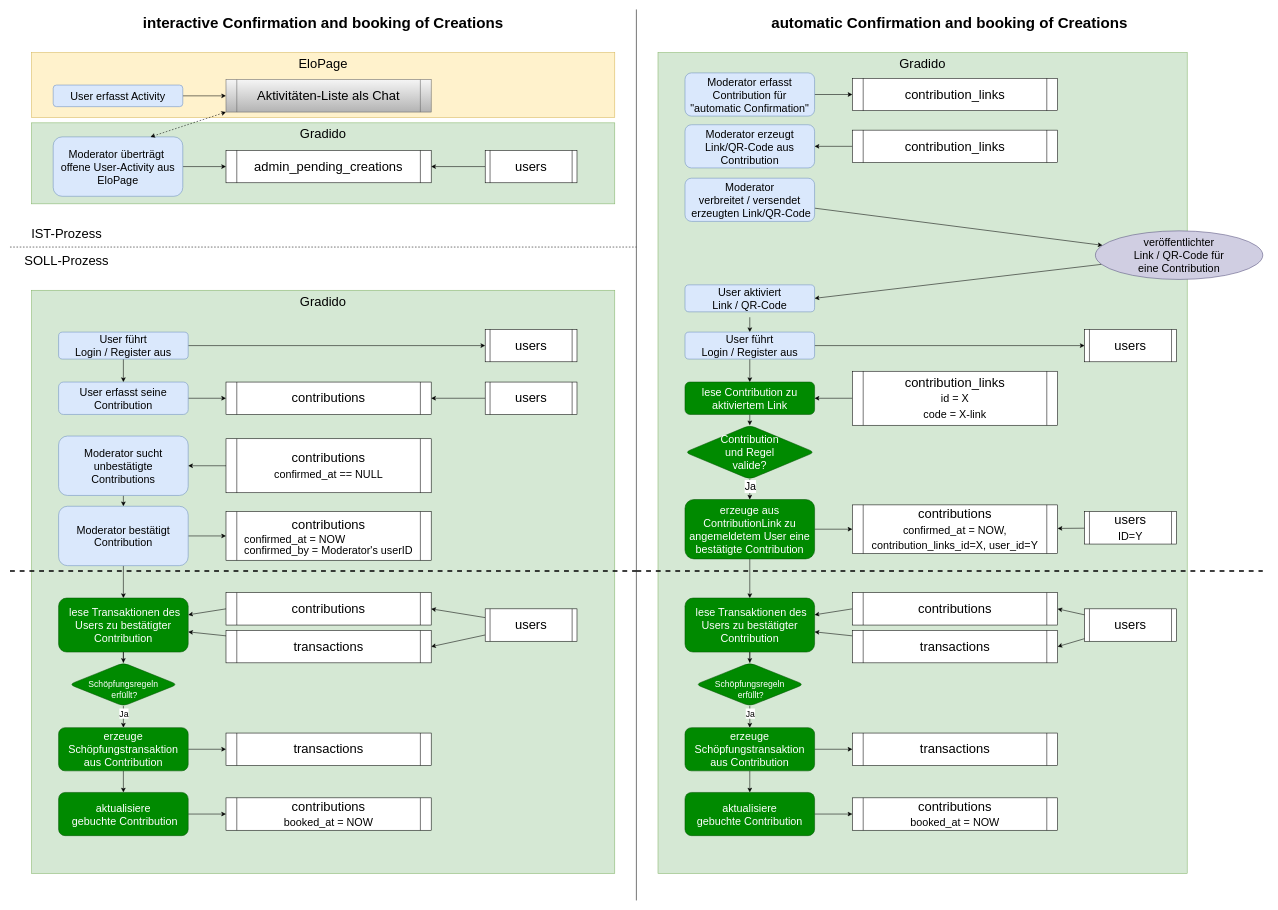
gradido/gradido keeps this draw.io diagram as docu/Concepts/BusinessRequirements/graphics/Ablauf_manuelle_auto_Creations.drawio. Above is the earlier version. Source tidied: cells renumbered, new cells numbered last; positions are measured from the earlier drawing's top-left corner, leaving out a move shared by most shapes. Both pictures are drawn from the tidied source at 54%, with x=0, y=0 at pixel (10, 9).
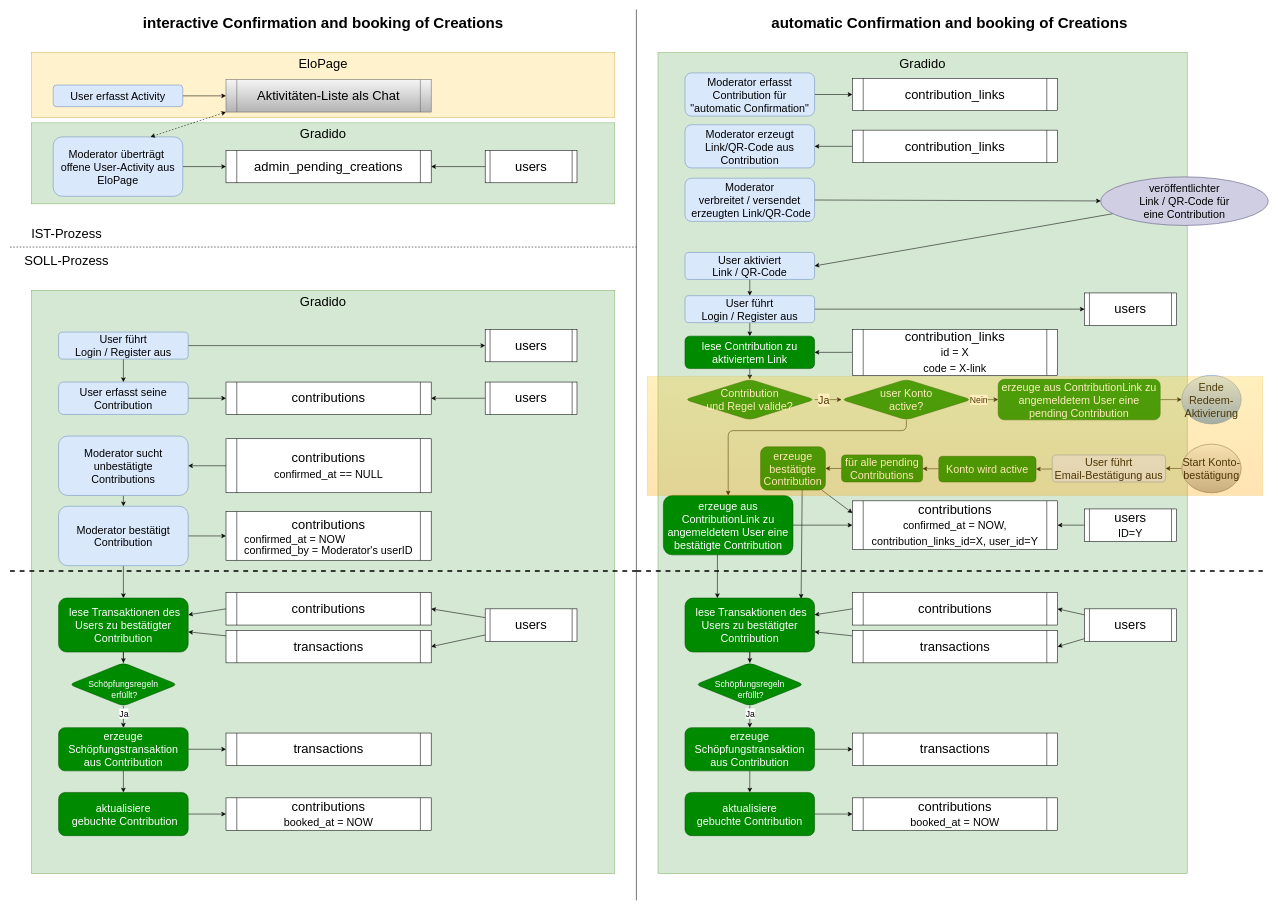
The same page after the edit.

The change refers to these unchanged cells:
```xml
<mxCell id="69" value="&amp;nbsp;lese Transaktionen des Users zu bestätigter&lt;br&gt;Contribution" style="rounded=1;whiteSpace=wrap;html=1;fontSize=20;fillColor=#008a00;strokeColor=#005700;fontColor=#ffffff;" parent="1" vertex="1">
  <mxGeometry x="1250" y="1090" width="240" height="100" as="geometry" />
</mxCell>
```

What changed in the source:
```diff
@@
     <mxCell id="56" value="contribution_links&lt;br style=&quot;font-size: 24px&quot;&gt;&lt;span style=&quot;font-size: 20px&quot;&gt;id = X&lt;br&gt;code = X-link&lt;br&gt;&lt;/span&gt;" style="shape=process;whiteSpace=wrap;html=1;backgroundOutline=1;fontSize=24;size=0.05263157894736842;" parent="1" vertex="1">
-      <mxGeometry x="1560" y="670" width="380" height="100" as="geometry" />
+      <mxGeometry x="1560" y="592.5" width="380" height="85" as="geometry" />
     </mxCell>
@@
     <mxCell id="58" value="users&lt;br style=&quot;font-size: 24px&quot;&gt;&lt;font style=&quot;font-size: 20px&quot;&gt;ID=Y&lt;/font&gt;" style="shape=process;whiteSpace=wrap;html=1;backgroundOutline=1;fontSize=24;size=0.05263157894736842;" parent="1" vertex="1">
-      <mxGeometry x="1990" y="930" width="170" height="60" as="geometry" />
+      <mxGeometry x="1990" y="925" width="170" height="60" as="geometry" />
     </mxCell>
@@
     <mxCell id="60" value="lese Contribution zu aktiviertem Link" style="rounded=1;whiteSpace=wrap;html=1;fontSize=20;fillColor=#008a00;strokeColor=#005700;fontColor=#ffffff;" parent="1" vertex="1">
-      <mxGeometry x="1250" y="690" width="240" height="60" as="geometry" />
+      <mxGeometry x="1250" y="605" width="240" height="60" as="geometry" />
     </mxCell>
@@
-    <mxCell id="62" style="edgeStyle=none;html=1;fontSize=16;" parent="1" edge="1" source="63" target="69">
+    <mxCell id="62" style="edgeStyle=none;html=1;fontSize=16;entryX=0.25;entryY=0;entryDx=0;entryDy=0;exitX=0.417;exitY=0.991;exitDx=0;exitDy=0;exitPerimeter=0;" parent="1" edge="1" source="63" target="69">
       <mxGeometry relative="1" as="geometry" />
     </mxCell>
     <mxCell id="63" value="erzeuge aus ContributionLink zu angemeldetem User eine bestätigte Contribution" style="rounded=1;whiteSpace=wrap;html=1;fontSize=20;fillColor=#008a00;strokeColor=#005700;fontColor=#ffffff;" parent="1" vertex="1">
-      <mxGeometry x="1250" y="907.5" width="240" height="110" as="geometry" />
+      <mxGeometry x="1210" y="900" width="240" height="110" as="geometry" />
     </mxCell>
     <mxCell id="64" value="contributions&lt;br style=&quot;font-size: 24px&quot;&gt;&lt;font style=&quot;font-size: 20px&quot;&gt;confirmed_at = NOW, contribution_links_id=X, user_id=Y&lt;/font&gt;" style="shape=process;whiteSpace=wrap;html=1;backgroundOutline=1;fontSize=24;size=0.05263157894736842;" parent="1" vertex="1">
-      <mxGeometry x="1560" y="917.5" width="380" height="90" as="geometry" />
+      <mxGeometry x="1560" y="910" width="380" height="90" as="geometry" />
     </mxCell>
@@
     <mxCell id="96" value="veröffentlichter &lt;br&gt;Link / QR-Code für&lt;br&gt;eine Contribution" style="ellipse;whiteSpace=wrap;html=1;fontSize=20;rounded=1;fillColor=#d0cee2;strokeColor=#56517e;" parent="1" vertex="1">
-      <mxGeometry x="2010" y="410" width="310" height="90" as="geometry" />
+      <mxGeometry x="2020" y="310" width="310" height="90" as="geometry" />
     </mxCell>
-    <mxCell id="97" style="edgeStyle=none;html=1;fontSize=16;" parent="1" edge="1" target="101">
-      <mxGeometry relative="1" as="geometry">
-        <mxPoint x="1370" y="570" as="sourcePoint" />
-      </mxGeometry>
+    <mxCell id="97" style="edgeStyle=none;html=1;fontSize=16;exitX=0.5;exitY=1;exitDx=0;exitDy=0;" parent="1" edge="1" source="98" target="101">
+      <mxGeometry relative="1" as="geometry" />
     </mxCell>
     <mxCell id="98" value="User aktiviert &lt;br&gt;Link / QR-Code" style="rounded=1;whiteSpace=wrap;html=1;fontSize=20;fillColor=#dae8fc;strokeColor=#6c8ebf;" parent="1" vertex="1">
-      <mxGeometry x="1250" y="510" width="240" height="50" as="geometry" />
+      <mxGeometry x="1250" y="450" width="240" height="50" as="geometry" />
     </mxCell>
@@
     <mxCell id="101" value="User führt &lt;br&gt;Login / Register aus" style="rounded=1;whiteSpace=wrap;html=1;fontSize=20;fillColor=#dae8fc;strokeColor=#6c8ebf;" parent="1" vertex="1">
-      <mxGeometry x="1250" y="597.5" width="240" height="50" as="geometry" />
+      <mxGeometry x="1250" y="530" width="240" height="50" as="geometry" />
     </mxCell>
     <mxCell id="102" value="users" style="shape=process;whiteSpace=wrap;html=1;backgroundOutline=1;fontSize=24;size=0.05263157894736842;" parent="1" vertex="1">
-      <mxGeometry x="1990" y="592.5" width="170" height="60" as="geometry" />
+      <mxGeometry x="1990" y="525" width="170" height="60" as="geometry" />
     </mxCell>
@@
-    <mxCell id="107" style="edgeStyle=none;html=1;fontSize=20;strokeWidth=1;" parent="1" edge="1" source="109" target="63">
+    <mxCell id="107" style="edgeStyle=none;html=1;fontSize=20;strokeWidth=1;entryX=0;entryY=0.5;entryDx=0;entryDy=0;" parent="1" edge="1" source="109" target="113">
       <mxGeometry relative="1" as="geometry" />
     </mxCell>
@@
-    <mxCell id="109" value="Contribution &lt;br&gt;und Regel &lt;br&gt;valide?" style="rhombus;whiteSpace=wrap;html=1;fontSize=20;fillColor=#008a00;strokeColor=#005700;fontColor=#ffffff;rounded=1;" parent="1" vertex="1">
-      <mxGeometry x="1250" y="770" width="240" height="100" as="geometry" />
+    <mxCell id="109" value="Contribution &lt;br&gt;und Regel valide?&lt;br&gt;" style="rhombus;whiteSpace=wrap;html=1;fontSize=20;fillColor=#008a00;strokeColor=#005700;fontColor=#ffffff;rounded=1;" parent="1" vertex="1">
+      <mxGeometry x="1250" y="685" width="240" height="75" as="geometry" />
     </mxCell>
+    <mxCell id="110" style="edgeStyle=none;html=1;entryX=0.5;entryY=0;entryDx=0;entryDy=0;" parent="1" edge="1" source="113" target="63">
+      <mxGeometry relative="1" as="geometry">
+        <Array as="points">
+          <mxPoint x="1660" y="780" />
+          <mxPoint x="1330" y="780" />
+        </Array>
+      </mxGeometry>
+    </mxCell>
+    <mxCell id="111" style="edgeStyle=none;html=1;entryX=0;entryY=0.5;entryDx=0;entryDy=0;" parent="1" edge="1" source="113" target="115">
+      <mxGeometry relative="1" as="geometry" />
+    </mxCell>
+    <mxCell id="112" value="Nein" style="edgeLabel;html=1;align=center;verticalAlign=middle;fontSize=16;" parent="111" vertex="1">
+      <mxGeometry x="-0.5" relative="1" as="geometry" />
+    </mxCell>
+    <mxCell id="113" value="user Konto&lt;br&gt;active?" style="rhombus;whiteSpace=wrap;html=1;fontSize=20;fillColor=#008a00;strokeColor=#005700;fontColor=#ffffff;rounded=1;" parent="1" vertex="1">
+      <mxGeometry x="1540" y="685" width="240" height="75" as="geometry" />
+    </mxCell>
+    <mxCell id="114" style="edgeStyle=none;html=1;fontSize=16;entryX=0;entryY=0.5;entryDx=0;entryDy=0;" parent="1" edge="1" source="115" target="116">
+      <mxGeometry relative="1" as="geometry" />
+    </mxCell>
+    <mxCell id="115" value="erzeuge aus ContributionLink zu angemeldetem User eine pending Contribution" style="rounded=1;whiteSpace=wrap;html=1;fontSize=20;fillColor=#008a00;strokeColor=#005700;fontColor=#ffffff;" parent="1" vertex="1">
+      <mxGeometry x="1830" y="685" width="300" height="75" as="geometry" />
+    </mxCell>
+    <mxCell id="116" value="Ende Redeem-Aktivierung" style="ellipse;whiteSpace=wrap;html=1;fontSize=20;rounded=1;fillColor=#dae8fc;strokeColor=#6c8ebf;gradientColor=#7ea6e0;" parent="1" vertex="1">
+      <mxGeometry x="2170" y="677.5" width="110" height="90" as="geometry" />
+    </mxCell>
+    <mxCell id="117" style="edgeStyle=none;html=1;entryX=1;entryY=0.5;entryDx=0;entryDy=0;fontSize=16;" parent="1" edge="1" source="118" target="120">
+      <mxGeometry relative="1" as="geometry" />
+    </mxCell>
+    <mxCell id="118" value="Start Konto-&lt;br&gt;bestätigung" style="ellipse;whiteSpace=wrap;html=1;fontSize=20;rounded=1;fillColor=#f5f5f5;strokeColor=#666666;gradientColor=#b3b3b3;" parent="1" vertex="1">
+      <mxGeometry x="2170" y="805" width="110" height="90" as="geometry" />
+    </mxCell>
+    <mxCell id="119" style="edgeStyle=none;html=1;entryX=1;entryY=0.5;entryDx=0;entryDy=0;fontSize=16;" parent="1" edge="1" source="120" target="122">
+      <mxGeometry relative="1" as="geometry" />
+    </mxCell>
+    <mxCell id="120" value="User führt &lt;br&gt;Email-Bestätigung aus" style="rounded=1;whiteSpace=wrap;html=1;fontSize=20;fillColor=#dae8fc;strokeColor=#6c8ebf;" parent="1" vertex="1">
+      <mxGeometry x="1930" y="825" width="210" height="50" as="geometry" />
+    </mxCell>
+    <mxCell id="121" style="edgeStyle=none;html=1;fontSize=16;" parent="1" edge="1" source="122" target="124">
+      <mxGeometry relative="1" as="geometry" />
+    </mxCell>
+    <mxCell id="122" value="Konto wird active" style="rounded=1;whiteSpace=wrap;html=1;fontSize=20;fillColor=#008a00;strokeColor=#005700;fontColor=#ffffff;" parent="1" vertex="1">
+      <mxGeometry x="1720" y="827.5" width="180" height="47.5" as="geometry" />
+    </mxCell>
+    <mxCell id="123" style="edgeStyle=none;html=1;fontSize=16;" parent="1" edge="1" source="124" target="127">
+      <mxGeometry relative="1" as="geometry" />
+    </mxCell>
+    <mxCell id="124" value="für alle pending Contributions" style="whiteSpace=wrap;html=1;fontSize=20;fillColor=#008a00;strokeColor=#005700;fontColor=#ffffff;rounded=1;" parent="1" vertex="1">
+      <mxGeometry x="1540" y="825" width="150" height="50" as="geometry" />
+    </mxCell>
+    <mxCell id="125" style="edgeStyle=none;html=1;entryX=0;entryY=0.25;entryDx=0;entryDy=0;fontSize=16;" parent="1" edge="1" source="127" target="64">
+      <mxGeometry relative="1" as="geometry" />
+    </mxCell>
+    <mxCell id="126" style="edgeStyle=none;html=1;entryX=0.896;entryY=0.01;entryDx=0;entryDy=0;entryPerimeter=0;fontSize=16;exitX=0.642;exitY=0.988;exitDx=0;exitDy=0;exitPerimeter=0;" parent="1" edge="1" source="127" target="69">
+      <mxGeometry relative="1" as="geometry" />
+    </mxCell>
+    <mxCell id="127" value="erzeuge bestätigte Contribution" style="whiteSpace=wrap;html=1;fontSize=20;fillColor=#008a00;strokeColor=#005700;fontColor=#ffffff;rounded=1;" parent="1" vertex="1">
+      <mxGeometry x="1390" y="810" width="120" height="80" as="geometry" />
+    </mxCell>
+    <mxCell id="128" style="rounded=0;whiteSpace=wrap;html=1;fontSize=16;opacity=30;fillColor=#ffcd28;gradientColor=#ffa500;strokeColor=#d79b00;" parent="1" vertex="1">
+      <mxGeometry x="1180" y="680" width="1140" height="220" as="geometry" />
+    </mxCell>
```
